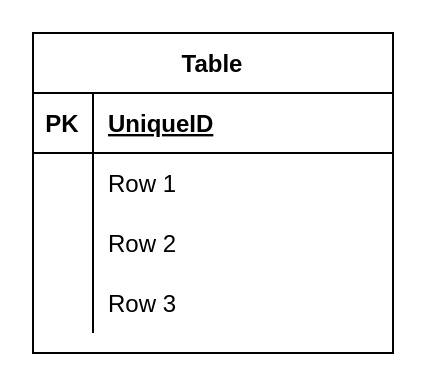
Above: ilri_databse_erd.drawio in Simonbelete/diagrams-storage (draw.io), before the change. Source tidied: cells renumbered, new cells numbered last; positions are measured from the earlier drawing's top-left corner, leaving out a move shared by most shapes. Both pictures are drawn from the tidied source at 200%, with x=0, y=0 at pixel (32, 32).
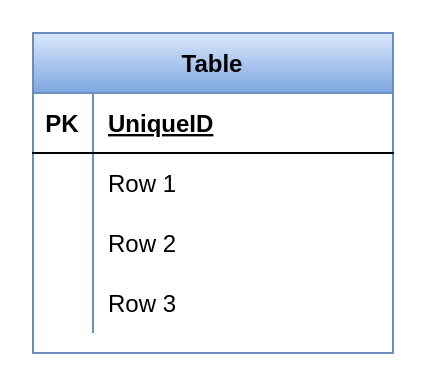
After the change.

Diff of the diagram source:
```diff
@@
 <mxGraphModel>
   <root>
     <mxCell id="0" />
     <mxCell id="1" parent="0" />
-    <mxCell id="2" value="Table" style="shape=table;startSize=30;childLayout=tableLayout;rowLines=0;fontStyle=1;align=center;" parent="1" vertex="1">
+    <mxCell id="2" value="Table" style="shape=table;startSize=30;childLayout=tableLayout;rowLines=0;fontStyle=1;align=center;fillColor=#dae8fc;strokeColor=#6c8ebf;gradientColor=#7ea6e0;" parent="1" vertex="1">
       <mxGeometry width="180" height="160" as="geometry" />
     </mxCell>
     <mxCell id="3" style="shape=tableRow;horizontal=0;startSize=0;swimlaneHead=0;swimlaneBody=0;fillColor=none;top=0;left=0;right=0;bottom=1;" parent="2" vertex="1">
       <mxGeometry y="30" width="180" height="30" as="geometry" />
     </mxCell>
     <mxCell id="4" value="PK" style="shape=partialRectangle;fillColor=none;top=0;left=0;bottom=0;right=0;fontStyle=1;overflow=hidden;" parent="3" vertex="1">
       <mxGeometry width="30" height="30" as="geometry" />
     </mxCell>
     <mxCell id="5" value="UniqueID" style="shape=partialRectangle;fillColor=none;top=0;left=0;bottom=0;right=0;align=left;spacingLeft=6;fontStyle=5;overflow=hidden;" parent="3" vertex="1">
       <mxGeometry x="30" width="150" height="30" as="geometry" />
     </mxCell>
     <mxCell id="6" style="shape=tableRow;horizontal=0;startSize=0;swimlaneHead=0;swimlaneBody=0;fillColor=none;top=0;left=0;right=0;bottom=0;" parent="2" vertex="1">
       <mxGeometry y="60" width="180" height="30" as="geometry" />
     </mxCell>
     <mxCell id="7" style="shape=partialRectangle;fillColor=none;top=0;left=0;bottom=0;right=0;overflow=hidden;" parent="6" vertex="1">
       <mxGeometry width="30" height="30" as="geometry" />
     </mxCell>
     <mxCell id="8" value="Row 1" style="shape=partialRectangle;fillColor=none;top=0;left=0;bottom=0;right=0;align=left;spacingLeft=6;overflow=hidden;" parent="6" vertex="1">
       <mxGeometry x="30" width="150" height="30" as="geometry" />
     </mxCell>
     <mxCell id="9" style="shape=tableRow;horizontal=0;startSize=0;swimlaneHead=0;swimlaneBody=0;fillColor=none;top=0;left=0;right=0;bottom=0;" parent="2" vertex="1">
       <mxGeometry y="90" width="180" height="30" as="geometry" />
     </mxCell>
     <mxCell id="10" style="shape=partialRectangle;fillColor=none;top=0;left=0;bottom=0;right=0;overflow=hidden;" parent="9" vertex="1">
       <mxGeometry width="30" height="30" as="geometry" />
     </mxCell>
     <mxCell id="11" value="Row 2" style="shape=partialRectangle;fillColor=none;top=0;left=0;bottom=0;right=0;align=left;spacingLeft=6;overflow=hidden;" parent="9" vertex="1">
       <mxGeometry x="30" width="150" height="30" as="geometry" />
     </mxCell>
     <mxCell id="12" style="shape=tableRow;horizontal=0;startSize=0;swimlaneHead=0;swimlaneBody=0;fillColor=none;top=0;left=0;right=0;bottom=0;" parent="2" vertex="1">
       <mxGeometry y="120" width="180" height="30" as="geometry" />
     </mxCell>
     <mxCell id="13" style="shape=partialRectangle;fillColor=none;top=0;left=0;bottom=0;right=0;overflow=hidden;" parent="12" vertex="1">
       <mxGeometry width="30" height="30" as="geometry" />
     </mxCell>
     <mxCell id="14" value="Row 3" style="shape=partialRectangle;fillColor=none;top=0;left=0;bottom=0;right=0;align=left;spacingLeft=6;overflow=hidden;" parent="12" vertex="1">
       <mxGeometry x="30" width="150" height="30" as="geometry" />
     </mxCell>
   </root>
 </mxGraphModel>
```
